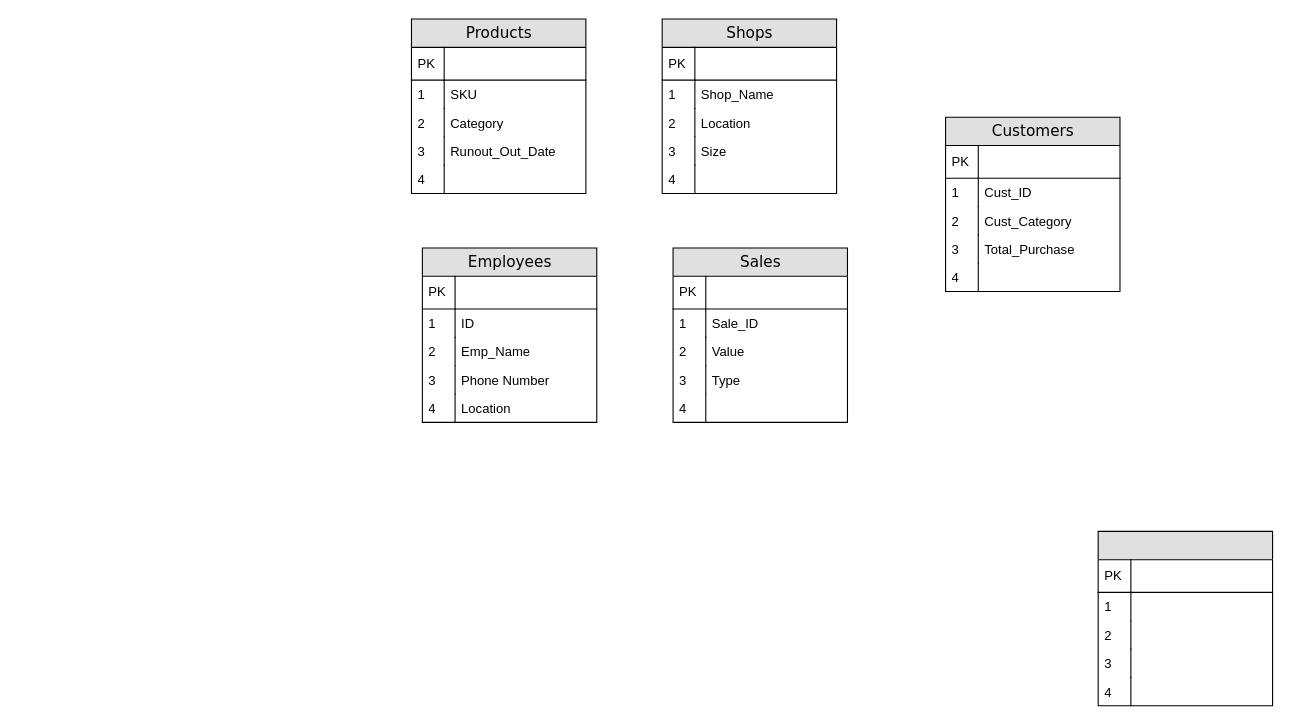
This is Module_1/Entity_Relations_Diagram.drawio from ironhack-bcn-data-pt/Ironhack_Paris, a draw.io file, before an edit. Source tidied: cells renumbered, new cells numbered last; positions are measured from the earlier drawing's top-left corner, leaving out a move shared by most shapes. Both pictures are drawn from the tidied source at 109%, with x=0, y=0 at pixel (411, 19).
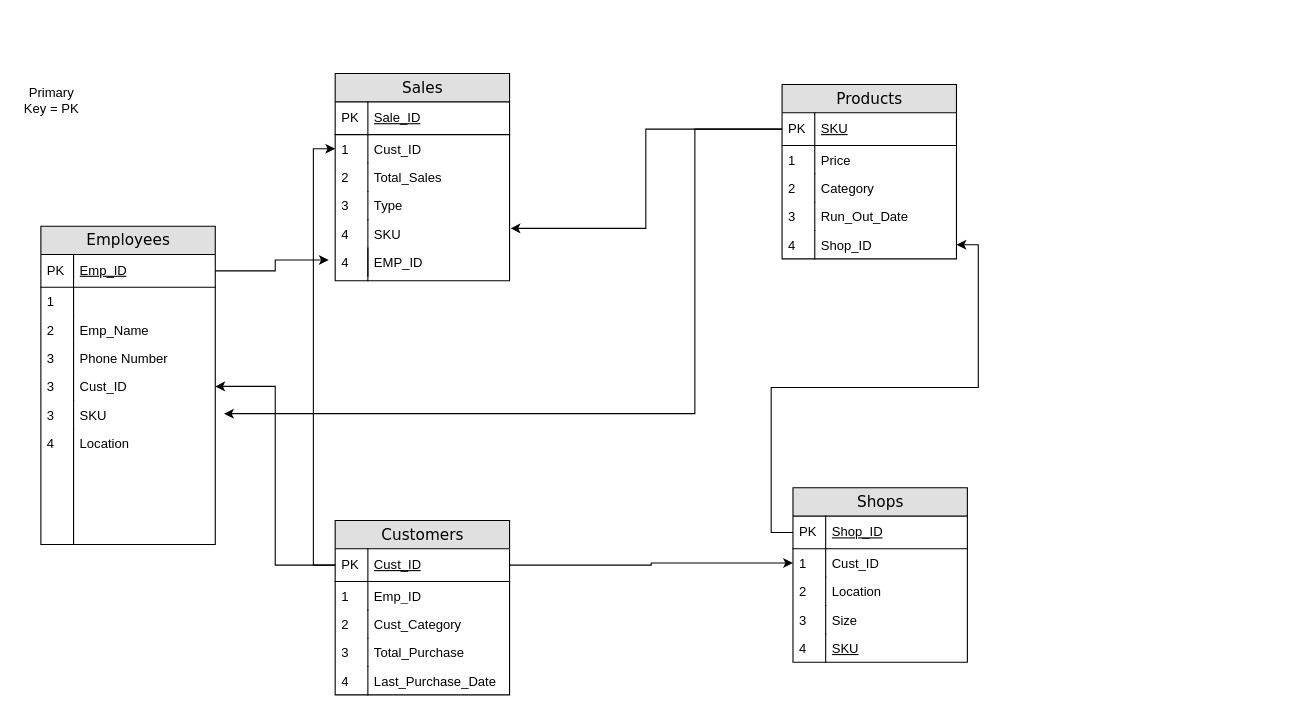
Above is the later version.

Unchanged cells that the change refers to:
```xml
<mxCell id="42" value="Type" style="shape=partialRectangle;top=0;left=0;right=0;bottom=0;html=1;align=left;verticalAlign=top;fillColor=none;spacingLeft=34;spacingRight=4;whiteSpace=wrap;overflow=hidden;points=[[0,0.5],[1,0.5]];portConstraint=eastwest;" parent="35" vertex="1">
  <mxGeometry y="108" width="160" height="26" as="geometry" />
</mxCell>
```

Diff of the diagram source:
```diff
@@
     <mxCell id="2" value="Employees" style="swimlane;html=1;fontStyle=0;horizontal=1;startSize=26;fillColor=#e0e0e0;swimlaneFillColor=#ffffff;align=center;rounded=0;shadow=0;comic=0;labelBackgroundColor=none;strokeWidth=1;fontFamily=Verdana;fontSize=14;" parent="1" vertex="1">
-      <mxGeometry x="10" y="210" width="160" height="160" as="geometry" />
+      <mxGeometry x="-340" y="190" width="160" height="292" as="geometry" />
     </mxCell>
-    <mxCell id="3" style="shape=partialRectangle;top=0;left=0;right=0;bottom=1;html=1;align=left;verticalAlign=middle;fillColor=none;spacingLeft=34;spacingRight=4;whiteSpace=wrap;overflow=hidden;points=[[0,0.5],[1,0.5]];portConstraint=eastwest;fontStyle=5;" parent="2" vertex="1">
+    <mxCell id="3" value="&lt;span style=&quot;font-weight: 400;&quot;&gt;Emp_ID&lt;/span&gt;" style="shape=partialRectangle;top=0;left=0;right=0;bottom=1;html=1;align=left;verticalAlign=middle;fillColor=none;spacingLeft=34;spacingRight=4;whiteSpace=wrap;overflow=hidden;points=[[0,0.5],[1,0.5]];portConstraint=eastwest;fontStyle=5;" parent="2" vertex="1">
       <mxGeometry y="26" width="160" height="30" as="geometry" />
     </mxCell>
@@
-    <mxCell id="5" value="ID" style="shape=partialRectangle;top=0;left=0;right=0;bottom=0;html=1;align=left;verticalAlign=top;fillColor=none;spacingLeft=34;spacingRight=4;whiteSpace=wrap;overflow=hidden;" parent="2" vertex="1">
+    <mxCell id="5" style="shape=partialRectangle;top=0;left=0;right=0;bottom=0;html=1;align=left;verticalAlign=top;fillColor=none;spacingLeft=34;spacingRight=4;whiteSpace=wrap;overflow=hidden;" parent="2" vertex="1">
       <mxGeometry y="56" width="160" height="26" as="geometry" />
     </mxCell>
@@
+    <mxCell id="68" value="Cust_ID" style="shape=partialRectangle;top=0;left=0;right=0;bottom=0;html=1;align=left;verticalAlign=top;fillColor=none;spacingLeft=34;spacingRight=4;whiteSpace=wrap;overflow=hidden;points=[[0,0.5],[1,0.5]];portConstraint=eastwest;" parent="2" vertex="1">
+      <mxGeometry y="134" width="160" height="26" as="geometry" />
+    </mxCell>
+    <mxCell id="69" value="3" style="shape=partialRectangle;top=0;left=0;bottom=0;html=1;fillColor=none;align=left;verticalAlign=top;spacingLeft=4;spacingRight=4;whiteSpace=wrap;overflow=hidden;" parent="68" vertex="1">
+      <mxGeometry width="30" height="26" as="geometry" />
+    </mxCell>
+    <mxCell id="70" value="SKU" style="shape=partialRectangle;top=0;left=0;right=0;bottom=0;html=1;align=left;verticalAlign=top;fillColor=none;spacingLeft=34;spacingRight=4;whiteSpace=wrap;overflow=hidden;points=[[0,0.5],[1,0.5]];portConstraint=eastwest;" parent="2" vertex="1">
+      <mxGeometry y="160" width="160" height="26" as="geometry" />
+    </mxCell>
+    <mxCell id="71" value="3" style="shape=partialRectangle;top=0;left=0;bottom=0;html=1;fillColor=none;align=left;verticalAlign=top;spacingLeft=4;spacingRight=4;whiteSpace=wrap;overflow=hidden;" parent="70" vertex="1">
+      <mxGeometry width="30" height="26" as="geometry" />
+    </mxCell>
     <mxCell id="11" value="Location&lt;br&gt;" style="shape=partialRectangle;top=0;left=0;right=0;bottom=0;html=1;align=left;verticalAlign=top;fillColor=none;spacingLeft=34;spacingRight=4;whiteSpace=wrap;overflow=hidden;" parent="2" vertex="1">
-      <mxGeometry y="134" width="160" height="26" as="geometry" />
+      <mxGeometry y="186" width="160" height="106" as="geometry" />
     </mxCell>
     <mxCell id="12" value="4" style="shape=partialRectangle;top=0;left=0;bottom=0;html=1;fillColor=none;align=left;verticalAlign=top;spacingLeft=4;spacingRight=4;whiteSpace=wrap;overflow=hidden;" parent="11" vertex="1">
-      <mxGeometry width="30" height="26" as="geometry" />
+      <mxGeometry width="30" height="106" as="geometry" />
     </mxCell>
     <mxCell id="13" value="Products" style="swimlane;html=1;fontStyle=0;horizontal=1;startSize=26;fillColor=#e0e0e0;swimlaneFillColor=#ffffff;align=center;rounded=0;shadow=0;comic=0;labelBackgroundColor=none;strokeWidth=1;fontFamily=Verdana;fontSize=14;" parent="1" vertex="1">
-      <mxGeometry width="160" height="160" as="geometry" />
+      <mxGeometry x="340" y="60" width="160" height="160" as="geometry" />
     </mxCell>
-    <mxCell id="14" style="shape=partialRectangle;top=0;left=0;right=0;bottom=1;html=1;align=left;verticalAlign=middle;fillColor=none;spacingLeft=34;spacingRight=4;whiteSpace=wrap;overflow=hidden;points=[[0,0.5],[1,0.5]];portConstraint=eastwest;fontStyle=5;" parent="13" vertex="1">
+    <mxCell id="14" value="&lt;span style=&quot;font-weight: 400;&quot;&gt;SKU&lt;/span&gt;" style="shape=partialRectangle;top=0;left=0;right=0;bottom=1;html=1;align=left;verticalAlign=middle;fillColor=none;spacingLeft=34;spacingRight=4;whiteSpace=wrap;overflow=hidden;points=[[0,0.5],[1,0.5]];portConstraint=eastwest;fontStyle=5;" parent="13" vertex="1">
       <mxGeometry y="26" width="160" height="30" as="geometry" />
     </mxCell>
@@
-    <mxCell id="16" value="SKU" style="shape=partialRectangle;top=0;left=0;right=0;bottom=0;html=1;align=left;verticalAlign=top;fillColor=none;spacingLeft=34;spacingRight=4;whiteSpace=wrap;overflow=hidden;" parent="13" vertex="1">
+    <mxCell id="16" value="Price" style="shape=partialRectangle;top=0;left=0;right=0;bottom=0;html=1;align=left;verticalAlign=top;fillColor=none;spacingLeft=34;spacingRight=4;whiteSpace=wrap;overflow=hidden;" parent="13" vertex="1">
       <mxGeometry y="56" width="160" height="26" as="geometry" />
     </mxCell>
@@
-    <mxCell id="20" value="Runout_Out_Date" style="shape=partialRectangle;top=0;left=0;right=0;bottom=0;html=1;align=left;verticalAlign=top;fillColor=none;spacingLeft=34;spacingRight=4;whiteSpace=wrap;overflow=hidden;" parent="13" vertex="1">
+    <mxCell id="20" value="Run_Out_Date" style="shape=partialRectangle;top=0;left=0;right=0;bottom=0;html=1;align=left;verticalAlign=top;fillColor=none;spacingLeft=34;spacingRight=4;whiteSpace=wrap;overflow=hidden;" parent="13" vertex="1">
       <mxGeometry y="108" width="160" height="26" as="geometry" />
     </mxCell>
@@
-    <mxCell id="22" style="shape=partialRectangle;top=0;left=0;right=0;bottom=0;html=1;align=left;verticalAlign=top;fillColor=none;spacingLeft=34;spacingRight=4;whiteSpace=wrap;overflow=hidden;points=[[0,0.5],[1,0.5]];portConstraint=eastwest;" parent="13" vertex="1">
+    <mxCell id="22" value="Shop_ID" style="shape=partialRectangle;top=0;left=0;right=0;bottom=0;html=1;align=left;verticalAlign=top;fillColor=none;spacingLeft=34;spacingRight=4;whiteSpace=wrap;overflow=hidden;points=[[0,0.5],[1,0.5]];portConstraint=eastwest;" parent="13" vertex="1">
       <mxGeometry y="134" width="160" height="26" as="geometry" />
     </mxCell>
@@
     <mxCell id="24" value="Shops" style="swimlane;html=1;fontStyle=0;horizontal=1;startSize=26;fillColor=#e0e0e0;swimlaneFillColor=#ffffff;align=center;rounded=0;shadow=0;comic=0;labelBackgroundColor=none;strokeWidth=1;fontFamily=Verdana;fontSize=14;" parent="1" vertex="1">
-      <mxGeometry x="230" width="160" height="160" as="geometry" />
+      <mxGeometry x="350" y="430" width="160" height="160" as="geometry" />
     </mxCell>
-    <mxCell id="25" style="shape=partialRectangle;top=0;left=0;right=0;bottom=1;html=1;align=left;verticalAlign=middle;fillColor=none;spacingLeft=34;spacingRight=4;whiteSpace=wrap;overflow=hidden;points=[[0,0.5],[1,0.5]];portConstraint=eastwest;fontStyle=5;" parent="24" vertex="1">
+    <mxCell id="25" value="&lt;span style=&quot;font-weight: 400;&quot;&gt;Shop_ID&lt;/span&gt;" style="shape=partialRectangle;top=0;left=0;right=0;bottom=1;html=1;align=left;verticalAlign=middle;fillColor=none;spacingLeft=34;spacingRight=4;whiteSpace=wrap;overflow=hidden;points=[[0,0.5],[1,0.5]];portConstraint=eastwest;fontStyle=5;" parent="24" vertex="1">
       <mxGeometry y="26" width="160" height="30" as="geometry" />
     </mxCell>
@@
-    <mxCell id="27" value="Shop_Name" style="shape=partialRectangle;top=0;left=0;right=0;bottom=0;html=1;align=left;verticalAlign=top;fillColor=none;spacingLeft=34;spacingRight=4;whiteSpace=wrap;overflow=hidden;points=[[0,0.5],[1,0.5]];portConstraint=eastwest;" parent="24" vertex="1">
+    <mxCell id="27" value="Cust_ID" style="shape=partialRectangle;top=0;left=0;right=0;bottom=0;html=1;align=left;verticalAlign=top;fillColor=none;spacingLeft=34;spacingRight=4;whiteSpace=wrap;overflow=hidden;points=[[0,0.5],[1,0.5]];portConstraint=eastwest;" parent="24" vertex="1">
       <mxGeometry y="56" width="160" height="26" as="geometry" />
     </mxCell>
@@
-    <mxCell id="33" style="shape=partialRectangle;top=0;left=0;right=0;bottom=0;html=1;align=left;verticalAlign=top;fillColor=none;spacingLeft=34;spacingRight=4;whiteSpace=wrap;overflow=hidden;" parent="24" vertex="1">
+    <mxCell id="33" value="&lt;span style=&quot;text-decoration-line: underline;&quot;&gt;SKU&lt;/span&gt;" style="shape=partialRectangle;top=0;left=0;right=0;bottom=0;html=1;align=left;verticalAlign=top;fillColor=none;spacingLeft=34;spacingRight=4;whiteSpace=wrap;overflow=hidden;" parent="24" vertex="1">
       <mxGeometry y="134" width="160" height="26" as="geometry" />
     </mxCell>
@@
     <mxCell id="35" value="Sales" style="swimlane;html=1;fontStyle=0;horizontal=1;startSize=26;fillColor=#e0e0e0;swimlaneFillColor=#ffffff;align=center;rounded=0;shadow=0;comic=0;labelBackgroundColor=none;strokeWidth=1;fontFamily=Verdana;fontSize=14;" parent="1" vertex="1">
-      <mxGeometry x="240" y="210" width="160" height="160" as="geometry" />
+      <mxGeometry x="-70" y="50" width="160" height="190" as="geometry" />
     </mxCell>
-    <mxCell id="36" style="shape=partialRectangle;top=0;left=0;right=0;bottom=1;html=1;align=left;verticalAlign=middle;fillColor=none;spacingLeft=34;spacingRight=4;whiteSpace=wrap;overflow=hidden;fontStyle=5;" parent="35" vertex="1">
+    <mxCell id="36" value="&lt;span style=&quot;font-weight: 400;&quot;&gt;Sale_ID&lt;/span&gt;" style="shape=partialRectangle;top=0;left=0;right=0;bottom=1;html=1;align=left;verticalAlign=middle;fillColor=none;spacingLeft=34;spacingRight=4;whiteSpace=wrap;overflow=hidden;fontStyle=5;" parent="35" vertex="1">
       <mxGeometry y="26" width="160" height="30" as="geometry" />
     </mxCell>
@@
-    <mxCell id="38" value="Sale_ID" style="shape=partialRectangle;top=0;left=0;right=0;bottom=0;html=1;align=left;verticalAlign=top;fillColor=none;spacingLeft=34;spacingRight=4;whiteSpace=wrap;overflow=hidden;points=[[0,0.5],[1,0.5]];portConstraint=eastwest;" parent="35" vertex="1">
+    <mxCell id="38" value="Cust_ID" style="shape=partialRectangle;top=0;left=0;right=0;bottom=0;html=1;align=left;verticalAlign=top;fillColor=none;spacingLeft=34;spacingRight=4;whiteSpace=wrap;overflow=hidden;points=[[0,0.5],[1,0.5]];portConstraint=eastwest;" parent="35" vertex="1">
       <mxGeometry y="56" width="160" height="26" as="geometry" />
     </mxCell>
@@
-    <mxCell id="40" value="Value" style="shape=partialRectangle;top=0;left=0;right=0;bottom=0;html=1;align=left;verticalAlign=top;fillColor=none;spacingLeft=34;spacingRight=4;whiteSpace=wrap;overflow=hidden;" parent="35" vertex="1">
+    <mxCell id="40" value="Total_Sales" style="shape=partialRectangle;top=0;left=0;right=0;bottom=0;html=1;align=left;verticalAlign=top;fillColor=none;spacingLeft=34;spacingRight=4;whiteSpace=wrap;overflow=hidden;" parent="35" vertex="1">
       <mxGeometry y="82" width="160" height="26" as="geometry" />
     </mxCell>
@@
-    <mxCell id="44" style="shape=partialRectangle;top=0;left=0;right=0;bottom=0;html=1;align=left;verticalAlign=top;fillColor=none;spacingLeft=34;spacingRight=4;whiteSpace=wrap;overflow=hidden;" parent="35" vertex="1">
-      <mxGeometry y="134" width="160" height="26" as="geometry" />
+    <mxCell id="44" value="SKU" style="shape=partialRectangle;top=0;left=0;right=0;bottom=0;html=1;align=left;verticalAlign=top;fillColor=none;spacingLeft=34;spacingRight=4;whiteSpace=wrap;overflow=hidden;" parent="35" vertex="1">
+      <mxGeometry y="134" width="160" height="56" as="geometry" />
     </mxCell>
     <mxCell id="45" value="4" style="shape=partialRectangle;top=0;left=0;bottom=0;html=1;fillColor=none;align=left;verticalAlign=top;spacingLeft=4;spacingRight=4;whiteSpace=wrap;overflow=hidden;" parent="44" vertex="1">
-      <mxGeometry width="30" height="26" as="geometry" />
+      <mxGeometry width="30" height="56" as="geometry" />
     </mxCell>
     <mxCell id="46" value="Customers" style="swimlane;html=1;fontStyle=0;horizontal=1;startSize=26;fillColor=#e0e0e0;swimlaneFillColor=#ffffff;align=center;rounded=0;shadow=0;comic=0;labelBackgroundColor=none;strokeWidth=1;fontFamily=Verdana;fontSize=14;" parent="1" vertex="1">
-      <mxGeometry x="490" y="90" width="160" height="160" as="geometry" />
+      <mxGeometry x="-70" y="460" width="160" height="160" as="geometry" />
     </mxCell>
-    <mxCell id="47" style="shape=partialRectangle;top=0;left=0;right=0;bottom=1;html=1;align=left;verticalAlign=middle;fillColor=none;spacingLeft=34;spacingRight=4;whiteSpace=wrap;overflow=hidden;points=[[0,0.5],[1,0.5]];portConstraint=eastwest;fontStyle=5;" parent="46" vertex="1">
+    <mxCell id="47" value="&lt;span style=&quot;font-weight: 400;&quot;&gt;Cust_ID&lt;/span&gt;" style="shape=partialRectangle;top=0;left=0;right=0;bottom=1;html=1;align=left;verticalAlign=middle;fillColor=none;spacingLeft=34;spacingRight=4;whiteSpace=wrap;overflow=hidden;points=[[0,0.5],[1,0.5]];portConstraint=eastwest;fontStyle=5;" parent="46" vertex="1">
       <mxGeometry y="26" width="160" height="30" as="geometry" />
     </mxCell>
@@
-    <mxCell id="49" value="Cust_ID" style="shape=partialRectangle;top=0;left=0;right=0;bottom=0;html=1;align=left;verticalAlign=top;fillColor=none;spacingLeft=34;spacingRight=4;whiteSpace=wrap;overflow=hidden;" parent="46" vertex="1">
+    <mxCell id="49" value="Emp_ID" style="shape=partialRectangle;top=0;left=0;right=0;bottom=0;html=1;align=left;verticalAlign=top;fillColor=none;spacingLeft=34;spacingRight=4;whiteSpace=wrap;overflow=hidden;" parent="46" vertex="1">
       <mxGeometry y="56" width="160" height="26" as="geometry" />
     </mxCell>
@@
-    <mxCell id="55" style="shape=partialRectangle;top=0;left=0;right=0;bottom=0;html=1;align=left;verticalAlign=top;fillColor=none;spacingLeft=34;spacingRight=4;whiteSpace=wrap;overflow=hidden;" parent="46" vertex="1">
+    <mxCell id="55" value="Last_Purchase_Date" style="shape=partialRectangle;top=0;left=0;right=0;bottom=0;html=1;align=left;verticalAlign=top;fillColor=none;spacingLeft=34;spacingRight=4;whiteSpace=wrap;overflow=hidden;" parent="46" vertex="1">
       <mxGeometry y="134" width="160" height="26" as="geometry" />
     </mxCell>
@@
-    <mxCell id="57" style="swimlane;html=1;fontStyle=0;horizontal=1;startSize=26;fillColor=#e0e0e0;swimlaneFillColor=#ffffff;align=center;rounded=0;shadow=0;comic=0;labelBackgroundColor=none;strokeWidth=1;fontFamily=Verdana;fontSize=14;" parent="1" vertex="1">
-      <mxGeometry x="630" y="470" width="160" height="160" as="geometry" />
-    </mxCell>
-    <mxCell id="58" style="shape=partialRectangle;top=0;left=0;right=0;bottom=1;html=1;align=left;verticalAlign=middle;fillColor=none;spacingLeft=34;spacingRight=4;whiteSpace=wrap;overflow=hidden;fontStyle=5;" parent="57" vertex="1">
-      <mxGeometry y="26" width="160" height="30" as="geometry" />
-    </mxCell>
-    <mxCell id="59" value="PK" style="shape=partialRectangle;top=0;left=0;bottom=0;html=1;fillColor=none;align=left;verticalAlign=middle;spacingLeft=4;spacingRight=4;whiteSpace=wrap;overflow=hidden;" parent="58" vertex="1">
-      <mxGeometry width="30" height="30" as="geometry" />
-    </mxCell>
-    <mxCell id="60" style="shape=partialRectangle;top=0;left=0;right=0;bottom=0;html=1;align=left;verticalAlign=top;fillColor=none;spacingLeft=34;spacingRight=4;whiteSpace=wrap;overflow=hidden;" parent="57" vertex="1">
-      <mxGeometry y="56" width="160" height="26" as="geometry" />
-    </mxCell>
-    <mxCell id="61" value="1" style="shape=partialRectangle;top=0;left=0;bottom=0;html=1;fillColor=none;align=left;verticalAlign=top;spacingLeft=4;spacingRight=4;whiteSpace=wrap;overflow=hidden;" parent="60" vertex="1">
-      <mxGeometry width="30" height="26" as="geometry" />
-    </mxCell>
-    <mxCell id="62" style="shape=partialRectangle;top=0;left=0;right=0;bottom=0;html=1;align=left;verticalAlign=top;fillColor=none;spacingLeft=34;spacingRight=4;whiteSpace=wrap;overflow=hidden;" parent="57" vertex="1">
-      <mxGeometry y="82" width="160" height="26" as="geometry" />
-    </mxCell>
-    <mxCell id="63" value="2" style="shape=partialRectangle;top=0;left=0;bottom=0;html=1;fillColor=none;align=left;verticalAlign=top;spacingLeft=4;spacingRight=4;whiteSpace=wrap;overflow=hidden;" parent="62" vertex="1">
-      <mxGeometry width="30" height="26" as="geometry" />
-    </mxCell>
-    <mxCell id="64" style="shape=partialRectangle;top=0;left=0;right=0;bottom=0;html=1;align=left;verticalAlign=top;fillColor=none;spacingLeft=34;spacingRight=4;whiteSpace=wrap;overflow=hidden;" parent="57" vertex="1">
-      <mxGeometry y="108" width="160" height="26" as="geometry" />
-    </mxCell>
-    <mxCell id="65" value="3" style="shape=partialRectangle;top=0;left=0;bottom=0;html=1;fillColor=none;align=left;verticalAlign=top;spacingLeft=4;spacingRight=4;whiteSpace=wrap;overflow=hidden;" parent="64" vertex="1">
-      <mxGeometry width="30" height="26" as="geometry" />
-    </mxCell>
-    <mxCell id="66" style="shape=partialRectangle;top=0;left=0;right=0;bottom=0;html=1;align=left;verticalAlign=top;fillColor=none;spacingLeft=34;spacingRight=4;whiteSpace=wrap;overflow=hidden;" parent="57" vertex="1">
-      <mxGeometry y="134" width="160" height="26" as="geometry" />
-    </mxCell>
+    <mxCell id="72" style="edgeStyle=orthogonalEdgeStyle;rounded=0;jettySize=auto;html=1;entryX=1.006;entryY=1.308;entryDx=0;entryDy=0;entryPerimeter=0;" parent="1" edge="1" source="14" target="42">
+      <mxGeometry relative="1" as="geometry" />
+    </mxCell>
+    <mxCell id="73" style="edgeStyle=orthogonalEdgeStyle;rounded=0;jettySize=auto;html=1;exitX=0;exitY=0.5;exitDx=0;exitDy=0;entryX=0;entryY=0.5;entryDx=0;entryDy=0;" parent="1" edge="1" source="47" target="38">
+      <mxGeometry relative="1" as="geometry" />
+    </mxCell>
+    <mxCell id="74" style="edgeStyle=orthogonalEdgeStyle;rounded=0;jettySize=auto;html=1;entryX=1;entryY=0.5;entryDx=0;entryDy=0;" parent="1" edge="1" source="25" target="22">
+      <mxGeometry relative="1" as="geometry" />
+    </mxCell>
+    <mxCell id="75" style="edgeStyle=orthogonalEdgeStyle;rounded=0;jettySize=auto;html=1;exitX=1;exitY=0.5;exitDx=0;exitDy=0;entryX=0;entryY=0.5;entryDx=0;entryDy=0;" parent="1" edge="1" source="47" target="27">
+      <mxGeometry relative="1" as="geometry" />
+    </mxCell>
+    <mxCell id="76" value="Primary Key = PK" style="text;html=1;strokeColor=none;fillColor=none;align=center;verticalAlign=middle;whiteSpace=wrap;rounded=0;" parent="1" vertex="1">
+      <mxGeometry x="-360" y="60" width="60" height="30" as="geometry" />
+    </mxCell>
+    <mxCell id="77" style="edgeStyle=orthogonalEdgeStyle;rounded=0;jettySize=auto;html=1;exitX=0;exitY=0.5;exitDx=0;exitDy=0;entryX=1;entryY=0.5;entryDx=0;entryDy=0;" parent="1" edge="1" source="47" target="68">
+      <mxGeometry relative="1" as="geometry" />
+    </mxCell>
+    <mxCell id="78" style="edgeStyle=orthogonalEdgeStyle;rounded=0;jettySize=auto;html=1;exitX=0;exitY=0.5;exitDx=0;exitDy=0;entryX=1.05;entryY=0.462;entryDx=0;entryDy=0;entryPerimeter=0;" parent="1" edge="1" source="14" target="70">
+      <mxGeometry relative="1" as="geometry">
+        <Array as="points">
+          <mxPoint x="260" y="101" />
+          <mxPoint x="260" y="362" />
+        </Array>
+      </mxGeometry>
+    </mxCell>
+    <mxCell id="79" value="EMP_ID" style="shape=partialRectangle;top=0;left=0;right=0;bottom=0;html=1;align=left;verticalAlign=top;fillColor=none;spacingLeft=34;spacingRight=4;whiteSpace=wrap;overflow=hidden;points=[[0,0.5],[1,0.5]];portConstraint=eastwest;" parent="1" vertex="1">
+      <mxGeometry x="-70" y="210" width="160" height="26" as="geometry" />
+    </mxCell>
-    <mxCell id="67" value="4" style="shape=partialRectangle;top=0;left=0;bottom=0;html=1;fillColor=none;align=left;verticalAlign=top;spacingLeft=4;spacingRight=4;whiteSpace=wrap;overflow=hidden;" parent="66" vertex="1">
+    <mxCell id="67" value="4" style="shape=partialRectangle;top=0;left=0;bottom=0;html=1;fillColor=none;align=left;verticalAlign=top;spacingLeft=4;spacingRight=4;whiteSpace=wrap;overflow=hidden;" parent="79" vertex="1">
       <mxGeometry width="30" height="26" as="geometry" />
     </mxCell>
+    <mxCell id="80" style="edgeStyle=orthogonalEdgeStyle;rounded=0;jettySize=auto;html=1;exitX=1;exitY=0.5;exitDx=0;exitDy=0;entryX=-0.037;entryY=0.423;entryDx=0;entryDy=0;entryPerimeter=0;" parent="1" edge="1" source="3" target="79">
+      <mxGeometry relative="1" as="geometry" />
+    </mxCell>
```
